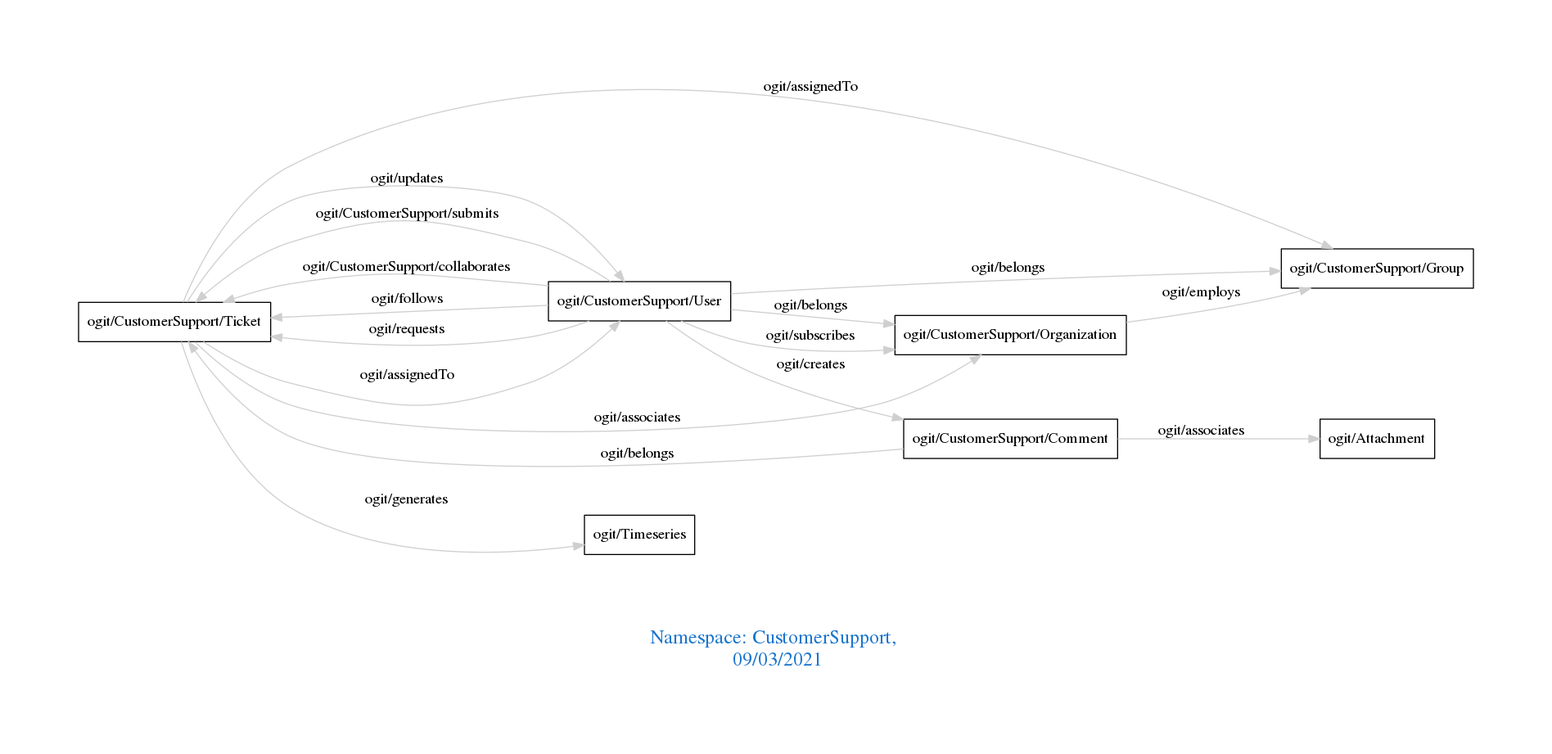
Before: downloads/CustomerSupport.png, a diagram exported from Graphviz (arago/OGIT). Its source is kept beside it as downloads/CustomerSupport.dot.
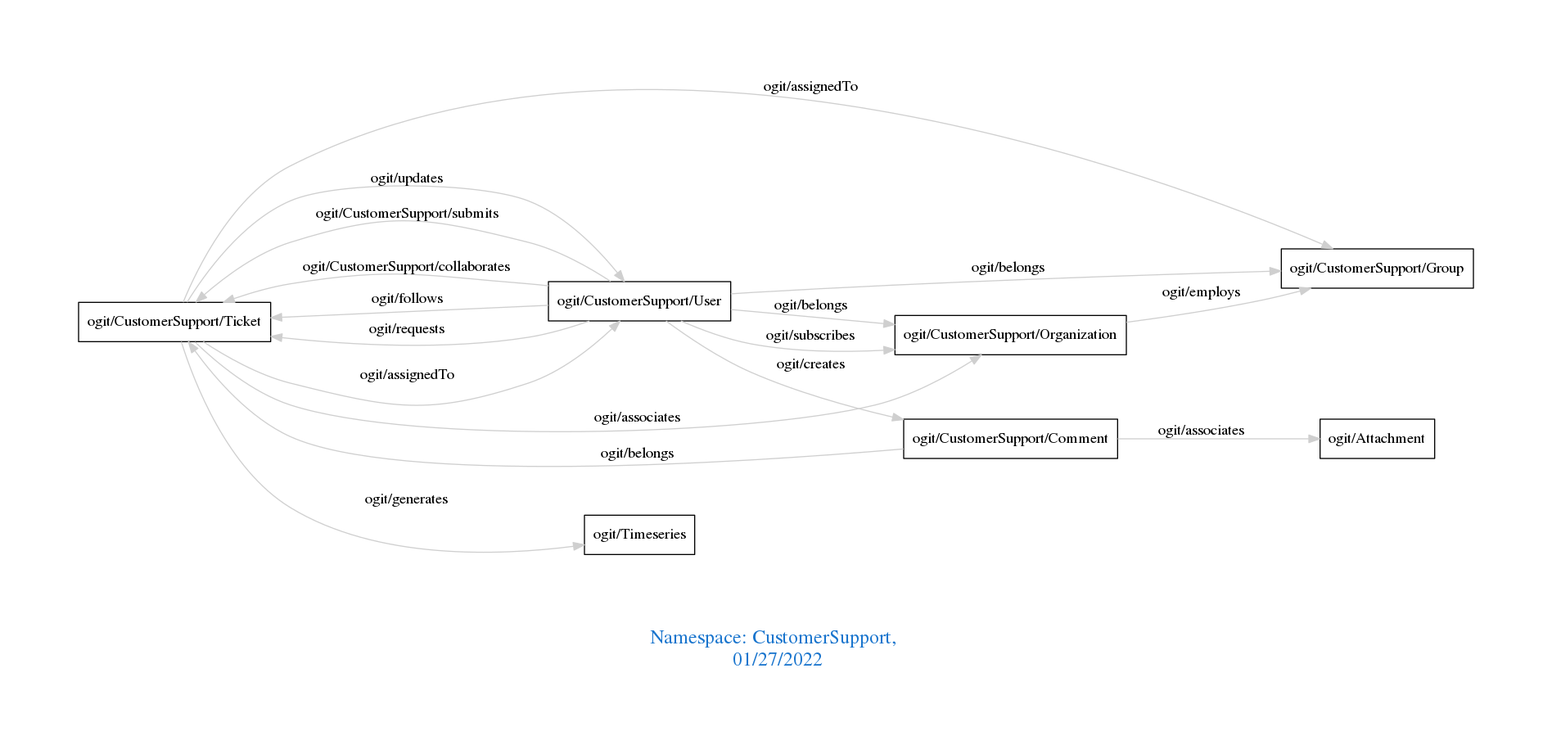
After the commit.

What changed in the source:
```diff
@@ -1,7 +1,7 @@
 digraph OGIT_ontology {
  graph [ rankdir= LR,pad=1
 fontsize = 18,
-fontcolor= dodgerblue3,label = "\n\n\nNamespace: CustomerSupport, \n 09/03/2021"];
+fontcolor= dodgerblue3,label = "\n\n\nNamespace: CustomerSupport, \n 01/27/2022"];
 node[shape=polygon];
 edge [  color="gray81"];
 
@@ -17,8 +17,8 @@
    "ogit/CustomerSupport/Ticket" -> "ogit/CustomerSupport/Organization" [label="   ogit/associates    "];
    "ogit/CustomerSupport/User" -> "ogit/CustomerSupport/Ticket" [label="   ogit/requests    "];
    "ogit/CustomerSupport/Ticket" -> "ogit/CustomerSupport/User" [label="   ogit/updates    "];
-   "ogit/CustomerSupport/Comment" -> "ogit/CustomerSupport/Ticket" [label="   ogit/belongs    "];
    "ogit/CustomerSupport/User" -> "ogit/CustomerSupport/Group" [label="   ogit/belongs    "];
    "ogit/CustomerSupport/User" -> "ogit/CustomerSupport/Organization" [label="   ogit/belongs    "];
+   "ogit/CustomerSupport/Comment" -> "ogit/CustomerSupport/Ticket" [label="   ogit/belongs    "];
    "ogit/CustomerSupport/User" -> "ogit/CustomerSupport/Organization" [label="   ogit/subscribes    "];
 }
```
